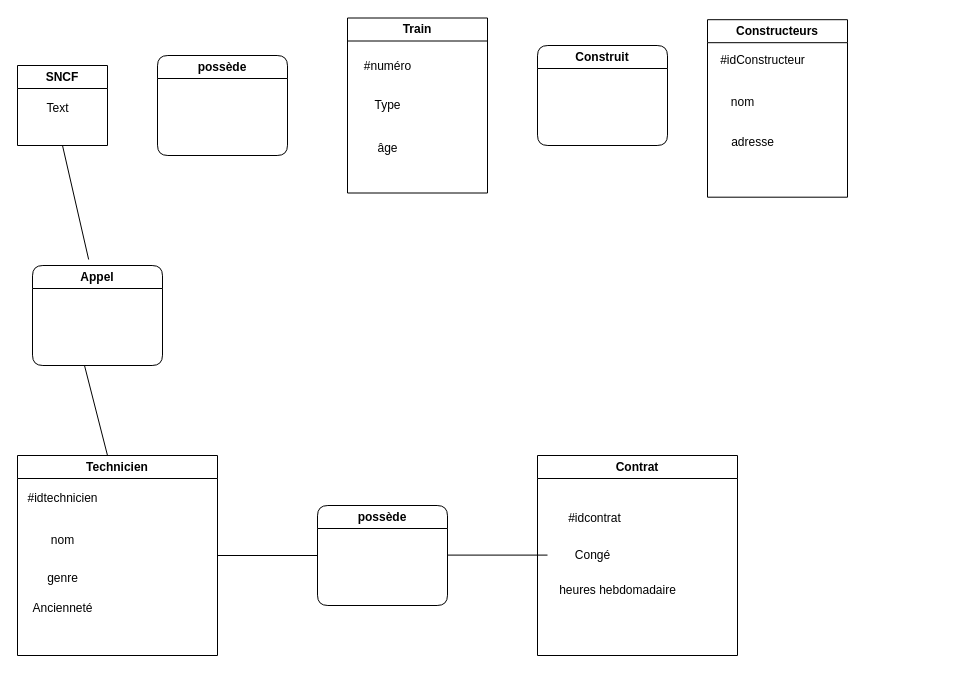
Above: Diagramme sans nom.drawio in Darkseid-maker/jassim.github.io (draw.io), before the change. Source tidied: cells renumbered, new cells numbered last; positions are measured from the earlier drawing's top-left corner, leaving out a move shared by most shapes. Both pictures are drawn from the tidied source at 100%, with x=0, y=0 at pixel (17, 17).
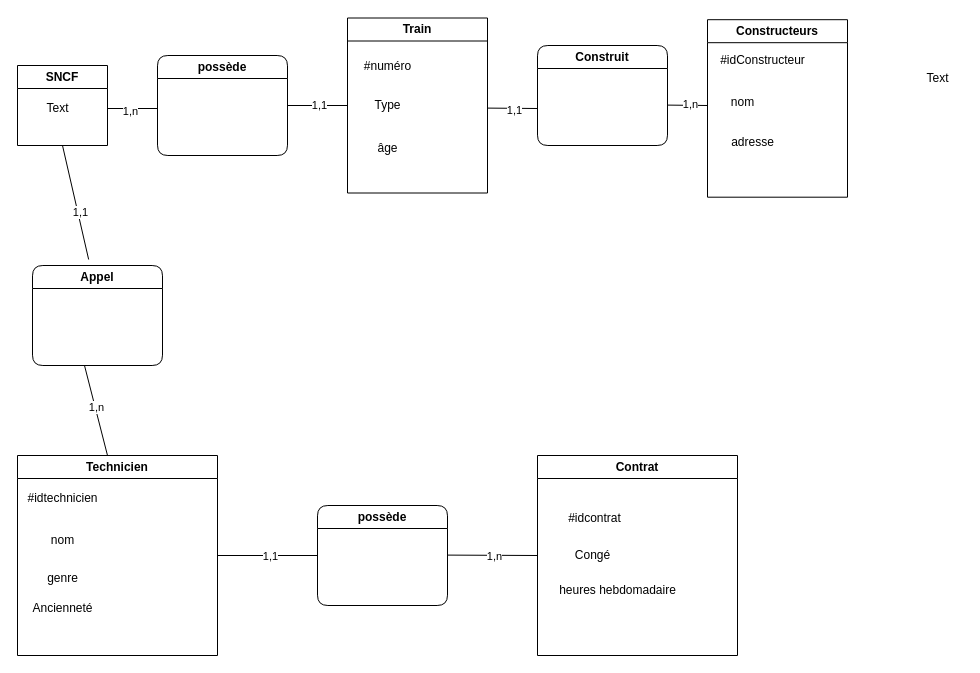
Above is the later version.

The change refers to these unchanged cells:
```xml
<mxCell id="3" value="Train" style="swimlane;whiteSpace=wrap;html=1;" parent="1" vertex="1">
  <mxGeometry x="330" y="0.5" width="140" height="175" as="geometry" />
</mxCell>
<mxCell id="21" value="possède" style="swimlane;whiteSpace=wrap;html=1;rounded=1;" parent="1" vertex="1">
  <mxGeometry x="140" y="38" width="130" height="100" as="geometry" />
</mxCell>
<mxCell id="25" style="endArrow=none;html=1;rounded=0;entryX=0.5;entryY=1;entryDx=0;entryDy=0;exitX=0.432;exitY=-0.06;exitDx=0;exitDy=0;exitPerimeter=0;" parent="1" edge="1" source="23" target="2">
  <mxGeometry relative="1" as="geometry" />
</mxCell>
<mxCell id="26" style="endArrow=none;html=1;rounded=0;entryX=0.5;entryY=1;entryDx=0;entryDy=0;" parent="1" edge="1">
  <mxGeometry relative="1" as="geometry">
    <mxPoint x="90" y="438" as="sourcePoint" />
    <mxPoint x="67" y="348" as="targetPoint" />
  </mxGeometry>
</mxCell>
<mxCell id="27" style="endArrow=none;html=1;rounded=0;entryX=0;entryY=0.5;entryDx=0;entryDy=0;" parent="1" edge="1" target="24">
  <mxGeometry relative="1" as="geometry">
    <mxPoint x="200" y="538" as="sourcePoint" />
  </mxGeometry>
</mxCell>
```

The edit, as a diff of the source:
```diff
@@
+    <mxCell id="29" value="1,1" style="edgeLabel;html=1;align=center;verticalAlign=middle;" parent="25" vertex="1">
+      <mxGeometry x="-0.18" y="-2" relative="1" as="geometry" />
+    </mxCell>
@@
+    <mxCell id="30" value="1,n" style="edgeLabel;html=1;align=center;verticalAlign=middle;" parent="26" vertex="1">
+      <mxGeometry x="0.07" y="-1" relative="1" as="geometry" />
+    </mxCell>
@@
+    <mxCell id="31" value="1,1" style="edgeLabel;html=1;align=center;verticalAlign=middle;" parent="27" vertex="1">
+      <mxGeometry x="0.03" relative="1" as="geometry" />
+    </mxCell>
-    <mxCell id="28" style="endArrow=none;html=1;rounded=0;entryX=0;entryY=0.5;entryDx=0;entryDy=0;" parent="1" edge="1">
+    <mxCell id="28" style="endArrow=none;html=1;rounded=0;" parent="1" edge="1">
       <mxGeometry relative="1" as="geometry">
         <mxPoint x="430" y="537.6" as="sourcePoint" />
-        <mxPoint x="530" y="537.6" as="targetPoint" />
+        <mxPoint x="520" y="538" as="targetPoint" />
       </mxGeometry>
     </mxCell>
+    <mxCell id="32" value="1,n" style="edgeLabel;html=1;align=center;verticalAlign=middle;" parent="28" vertex="1">
+      <mxGeometry x="0.04" y="-1" relative="1" as="geometry" />
+    </mxCell>
+    <mxCell id="33" style="endArrow=none;html=1;rounded=0;" parent="1" edge="1">
+      <mxGeometry relative="1" as="geometry">
+        <mxPoint x="90" y="91" as="sourcePoint" />
+        <mxPoint x="140" y="91" as="targetPoint" />
+      </mxGeometry>
+    </mxCell>
+    <mxCell id="34" value="1,n" style="edgeLabel;html=1;align=center;verticalAlign=middle;" parent="33" vertex="1">
+      <mxGeometry x="-0.11" y="-2" relative="1" as="geometry" />
+    </mxCell>
+    <mxCell id="35" style="endArrow=none;html=1;rounded=0;exitX=1;exitY=0.5;exitDx=0;exitDy=0;entryX=0;entryY=0.5;entryDx=0;entryDy=0;" parent="1" edge="1" source="21" target="3">
+      <mxGeometry relative="1" as="geometry" />
+    </mxCell>
+    <mxCell id="36" value="1,1" style="edgeLabel;html=1;align=center;verticalAlign=middle;" parent="35" vertex="1">
+      <mxGeometry x="0.04" y="1" relative="1" as="geometry" />
+    </mxCell>
+    <mxCell id="37" style="endArrow=none;html=1;rounded=0;exitX=1;exitY=0.5;exitDx=0;exitDy=0;" parent="1" edge="1">
+      <mxGeometry relative="1" as="geometry">
+        <mxPoint x="470" y="90.6" as="sourcePoint" />
+        <mxPoint x="520" y="91" as="targetPoint" />
+      </mxGeometry>
+    </mxCell>
+    <mxCell id="38" value="1,1" style="edgeLabel;html=1;align=center;verticalAlign=middle;" parent="37" vertex="1">
+      <mxGeometry x="0.07" y="-2" relative="1" as="geometry" />
+    </mxCell>
+    <mxCell id="39" style="endArrow=none;html=1;rounded=0;exitX=1;exitY=0.5;exitDx=0;exitDy=0;" parent="1" edge="1">
+      <mxGeometry relative="1" as="geometry">
+        <mxPoint x="650" y="87.6" as="sourcePoint" />
+        <mxPoint x="690" y="88" as="targetPoint" />
+      </mxGeometry>
+    </mxCell>
+    <mxCell id="40" value="1,n" style="edgeLabel;html=1;align=center;verticalAlign=middle;" parent="39" vertex="1">
+      <mxGeometry x="0.08" y="1" relative="1" as="geometry" />
+    </mxCell>
+    <mxCell id="41" value="Text" style="text;html=1;align=center;verticalAlign=middle;strokeColor=none;fillColor=none;" parent="1" vertex="1">
+      <mxGeometry x="895" y="46" width="50" height="30" as="geometry" />
+    </mxCell>
```
